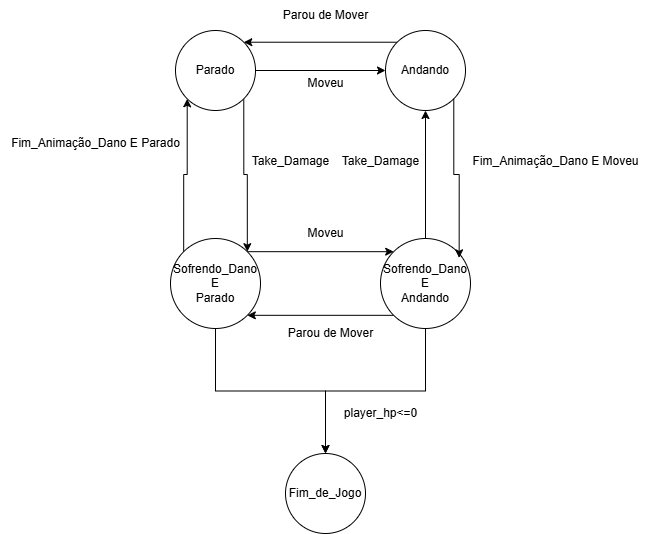
Projeto-de-Interfaces-Graficas/Pesadelo-no-Escritorio keeps this draw.io diagram as documents/FSM/Player.drawio.png. Above is the earlier version. Source tidied: cells renumbered, new cells last; positions are measured from the earlier drawing's top-left corner, leaving out a move shared by most shapes.
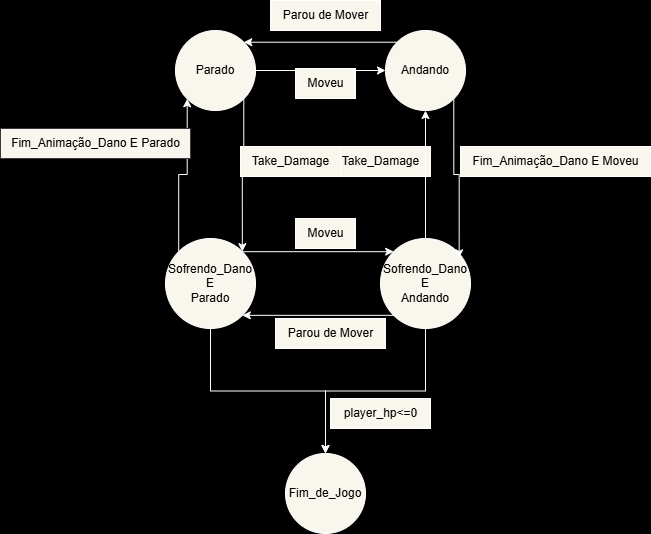
Above is the later version.

Diff of the diagram source:
```diff
@@ -1,77 +1,77 @@
-<mxGraphModel background="#FFFFFF">
+<mxGraphModel background="#000000">
   <root>
     <mxCell id="0" />
     <mxCell id="1" parent="0" />
-    <mxCell id="2" style="edgeStyle=orthogonalEdgeStyle;rounded=0;jettySize=auto;html=1;exitX=1;exitY=0.5;exitDx=0;exitDy=0;" parent="1" edge="1" source="4" target="6">
+    <mxCell id="2" style="edgeStyle=orthogonalEdgeStyle;rounded=0;jettySize=auto;html=1;exitX=1;exitY=0.5;exitDx=0;exitDy=0;labelBackgroundColor=none;fontColor=#F9F9F9;fillColor=#f9f7ed;strokeColor=#FFFFFF;" parent="1" edge="1" source="4" target="6">
       <mxGeometry relative="1" as="geometry" />
     </mxCell>
-    <mxCell id="3" style="edgeStyle=orthogonalEdgeStyle;rounded=0;jettySize=auto;html=1;exitX=1;exitY=1;exitDx=0;exitDy=0;entryX=1;entryY=0;entryDx=0;entryDy=0;" parent="1" edge="1" source="4" target="10">
+    <mxCell id="3" style="edgeStyle=orthogonalEdgeStyle;rounded=0;jettySize=auto;html=1;exitX=1;exitY=1;exitDx=0;exitDy=0;entryX=1;entryY=0;entryDx=0;entryDy=0;labelBackgroundColor=none;fontColor=#F9F9F9;fillColor=#f9f7ed;strokeColor=#FFFFFF;" parent="1" edge="1" source="4" target="10">
       <mxGeometry relative="1" as="geometry" />
     </mxCell>
-    <mxCell id="4" value="Parado" style="ellipse;whiteSpace=wrap;html=1;" parent="1" vertex="1">
+    <mxCell id="4" value="Parado" style="ellipse;whiteSpace=wrap;html=1;labelBackgroundColor=none;fillColor=#f9f7ed;strokeColor=#FFFFFF;" parent="1" vertex="1">
       <mxGeometry x="175" y="30" width="80" height="80" as="geometry" />
     </mxCell>
-    <mxCell id="5" style="edgeStyle=orthogonalEdgeStyle;rounded=0;jettySize=auto;html=1;exitX=0;exitY=0;exitDx=0;exitDy=0;entryX=1;entryY=0;entryDx=0;entryDy=0;" parent="1" edge="1" source="6" target="4">
+    <mxCell id="5" style="edgeStyle=orthogonalEdgeStyle;rounded=0;jettySize=auto;html=1;exitX=0;exitY=0;exitDx=0;exitDy=0;entryX=1;entryY=0;entryDx=0;entryDy=0;labelBackgroundColor=none;fontColor=#F9F9F9;fillColor=#f9f7ed;strokeColor=#FFFFFF;" parent="1" edge="1" source="6" target="4">
       <mxGeometry relative="1" as="geometry" />
     </mxCell>
-    <mxCell id="6" value="Andando" style="ellipse;whiteSpace=wrap;html=1;" parent="1" vertex="1">
+    <mxCell id="6" value="Andando" style="ellipse;whiteSpace=wrap;html=1;labelBackgroundColor=none;fillColor=#f9f7ed;strokeColor=#FFFFFF;" parent="1" vertex="1">
       <mxGeometry x="385" y="30" width="80" height="80" as="geometry" />
     </mxCell>
-    <mxCell id="7" style="edgeStyle=orthogonalEdgeStyle;rounded=0;jettySize=auto;html=1;exitX=1;exitY=0;exitDx=0;exitDy=0;entryX=0;entryY=0;entryDx=0;entryDy=0;" parent="1" edge="1" source="10" target="21">
+    <mxCell id="7" style="edgeStyle=orthogonalEdgeStyle;rounded=0;jettySize=auto;html=1;exitX=1;exitY=0;exitDx=0;exitDy=0;entryX=0;entryY=0;entryDx=0;entryDy=0;labelBackgroundColor=none;fontColor=#F9F9F9;fillColor=#f9f7ed;strokeColor=#FFFFFF;" parent="1" edge="1" source="10" target="21">
       <mxGeometry relative="1" as="geometry" />
     </mxCell>
-    <mxCell id="8" style="edgeStyle=orthogonalEdgeStyle;rounded=0;jettySize=auto;html=1;exitX=0;exitY=0;exitDx=0;exitDy=0;entryX=0;entryY=1;entryDx=0;entryDy=0;" parent="1" edge="1" source="10" target="4">
+    <mxCell id="8" style="edgeStyle=orthogonalEdgeStyle;rounded=0;jettySize=auto;html=1;exitX=0;exitY=0;exitDx=0;exitDy=0;entryX=0;entryY=1;entryDx=0;entryDy=0;labelBackgroundColor=none;fontColor=#F9F9F9;fillColor=#f9f7ed;strokeColor=#FFFFFF;" parent="1" edge="1" source="10" target="4">
       <mxGeometry relative="1" as="geometry" />
     </mxCell>
-    <mxCell id="9" style="edgeStyle=orthogonalEdgeStyle;rounded=0;jettySize=auto;html=1;exitX=0.5;exitY=1;exitDx=0;exitDy=0;" parent="1" edge="1" source="10" target="11">
+    <mxCell id="9" style="edgeStyle=orthogonalEdgeStyle;rounded=0;jettySize=auto;html=1;exitX=0.5;exitY=1;exitDx=0;exitDy=0;labelBackgroundColor=none;fontColor=#F9F9F9;fillColor=#f9f7ed;strokeColor=#FFFFFF;" parent="1" edge="1" source="10" target="11">
       <mxGeometry relative="1" as="geometry" />
     </mxCell>
-    <mxCell id="10" value="Sofrendo_Dano E&lt;br&gt;Parado" style="ellipse;whiteSpace=wrap;html=1;" parent="1" vertex="1">
-      <mxGeometry x="170" y="238" width="90" height="90" as="geometry" />
+    <mxCell id="10" value="Sofrendo_Dano E&lt;br&gt;Parado" style="ellipse;whiteSpace=wrap;html=1;labelBackgroundColor=none;fillColor=#f9f7ed;strokeColor=#FFFFFF;" parent="1" vertex="1">
+      <mxGeometry x="165" y="238" width="90" height="90" as="geometry" />
     </mxCell>
-    <mxCell id="11" value="Fim_de_Jogo" style="ellipse;whiteSpace=wrap;html=1;direction=south;" parent="1" vertex="1">
+    <mxCell id="11" value="Fim_de_Jogo" style="ellipse;whiteSpace=wrap;html=1;direction=south;labelBackgroundColor=none;fillColor=#f9f7ed;strokeColor=#FFFFFF;" parent="1" vertex="1">
       <mxGeometry x="285" y="453" width="80" height="80" as="geometry" />
     </mxCell>
-    <mxCell id="12" value="Moveu" style="text;html=1;align=center;verticalAlign=middle;strokeColor=none;fillColor=none;" parent="1" vertex="1">
+    <mxCell id="12" value="Moveu" style="text;html=1;align=center;verticalAlign=middle;labelBackgroundColor=none;fillColor=#f9f7ed;strokeColor=#FFFFFF;" parent="1" vertex="1">
       <mxGeometry x="295" y="218" width="60" height="30" as="geometry" />
     </mxCell>
-    <mxCell id="13" value="Parou de Mover" style="text;html=1;align=center;verticalAlign=middle;strokeColor=none;fillColor=none;" parent="1" vertex="1">
+    <mxCell id="13" value="Parou de Mover" style="text;html=1;align=center;verticalAlign=middle;labelBackgroundColor=none;fillColor=#f9f7ed;strokeColor=#FFFFFF;" parent="1" vertex="1">
       <mxGeometry x="275" y="318" width="110" height="30" as="geometry" />
     </mxCell>
-    <mxCell id="14" value="player_hp&amp;lt;=0" style="text;html=1;align=center;verticalAlign=middle;strokeColor=none;fillColor=none;" parent="1" vertex="1">
+    <mxCell id="14" value="player_hp&amp;lt;=0" style="text;html=1;align=center;verticalAlign=middle;labelBackgroundColor=none;fillColor=#f9f7ed;strokeColor=#FFFFFF;" parent="1" vertex="1">
       <mxGeometry x="330" y="398" width="100" height="30" as="geometry" />
     </mxCell>
-    <mxCell id="15" value="Fim_Animação_Dano E Parado" style="text;html=1;align=center;verticalAlign=middle;strokeColor=none;fillColor=none;" parent="1" vertex="1">
+    <mxCell id="15" value="Fim_Animação_Dano E Parado" style="text;html=1;align=center;verticalAlign=middle;labelBackgroundColor=none;fillColor=#f9f7ed;strokeColor=#36393d;" parent="1" vertex="1">
       <mxGeometry y="128" width="190" height="30" as="geometry" />
     </mxCell>
-    <mxCell id="16" value="Fim_Animação_Dano E Moveu" style="text;html=1;align=center;verticalAlign=middle;strokeColor=none;fillColor=none;" parent="1" vertex="1">
+    <mxCell id="16" value="Fim_Animação_Dano E Moveu" style="text;html=1;align=center;verticalAlign=middle;labelBackgroundColor=none;fillColor=#f9f7ed;strokeColor=#FFFFFF;" parent="1" vertex="1">
       <mxGeometry x="460" y="146" width="190" height="30" as="geometry" />
     </mxCell>
-    <mxCell id="17" value="Take_Damage" style="text;html=1;align=center;verticalAlign=middle;strokeColor=none;fillColor=none;" parent="1" vertex="1">
+    <mxCell id="17" value="Take_Damage" style="text;html=1;align=center;verticalAlign=middle;labelBackgroundColor=none;fillColor=#f9f7ed;strokeColor=#FFFFFF;" parent="1" vertex="1">
       <mxGeometry x="330" y="146" width="100" height="30" as="geometry" />
     </mxCell>
-    <mxCell id="18" style="edgeStyle=orthogonalEdgeStyle;rounded=0;jettySize=auto;html=1;exitX=0.5;exitY=0;exitDx=0;exitDy=0;entryX=0.5;entryY=1;entryDx=0;entryDy=0;" parent="1" edge="1" source="21" target="6">
+    <mxCell id="18" style="edgeStyle=orthogonalEdgeStyle;rounded=0;jettySize=auto;html=1;exitX=0.5;exitY=0;exitDx=0;exitDy=0;entryX=0.5;entryY=1;entryDx=0;entryDy=0;labelBackgroundColor=none;fontColor=#F9F9F9;fillColor=#f9f7ed;strokeColor=#FFFFFF;" parent="1" edge="1" source="21" target="6">
       <mxGeometry relative="1" as="geometry" />
     </mxCell>
-    <mxCell id="19" style="edgeStyle=orthogonalEdgeStyle;rounded=0;jettySize=auto;html=1;exitX=0;exitY=1;exitDx=0;exitDy=0;entryX=1;entryY=1;entryDx=0;entryDy=0;" parent="1" edge="1" source="21" target="10">
+    <mxCell id="19" style="edgeStyle=orthogonalEdgeStyle;rounded=0;jettySize=auto;html=1;exitX=0;exitY=1;exitDx=0;exitDy=0;entryX=1;entryY=1;entryDx=0;entryDy=0;labelBackgroundColor=none;fontColor=#F9F9F9;fillColor=#f9f7ed;strokeColor=#FFFFFF;" parent="1" edge="1" source="21" target="10">
       <mxGeometry relative="1" as="geometry" />
     </mxCell>
-    <mxCell id="20" style="edgeStyle=orthogonalEdgeStyle;rounded=0;jettySize=auto;html=1;exitX=0.5;exitY=1;exitDx=0;exitDy=0;entryX=0;entryY=0.5;entryDx=0;entryDy=0;" parent="1" edge="1" source="21" target="11">
+    <mxCell id="20" style="edgeStyle=orthogonalEdgeStyle;rounded=0;jettySize=auto;html=1;exitX=0.5;exitY=1;exitDx=0;exitDy=0;entryX=0;entryY=0.5;entryDx=0;entryDy=0;labelBackgroundColor=none;fontColor=#F9F9F9;fillColor=#f9f7ed;strokeColor=#FFFFFF;" parent="1" edge="1" source="21" target="11">
       <mxGeometry relative="1" as="geometry" />
     </mxCell>
-    <mxCell id="21" value="Sofrendo_Dano E&lt;br&gt;Andando" style="ellipse;whiteSpace=wrap;html=1;" parent="1" vertex="1">
+    <mxCell id="21" value="Sofrendo_Dano E&lt;br&gt;Andando" style="ellipse;whiteSpace=wrap;html=1;labelBackgroundColor=none;fillColor=#f9f7ed;strokeColor=#FFFFFF;" parent="1" vertex="1">
       <mxGeometry x="380" y="238" width="90" height="90" as="geometry" />
     </mxCell>
-    <mxCell id="22" style="edgeStyle=orthogonalEdgeStyle;rounded=0;jettySize=auto;html=1;exitX=1;exitY=1;exitDx=0;exitDy=0;entryX=0.874;entryY=0.215;entryDx=0;entryDy=0;entryPerimeter=0;" parent="1" edge="1" source="6" target="21">
+    <mxCell id="22" style="edgeStyle=orthogonalEdgeStyle;rounded=0;jettySize=auto;html=1;exitX=1;exitY=1;exitDx=0;exitDy=0;entryX=0.874;entryY=0.215;entryDx=0;entryDy=0;entryPerimeter=0;labelBackgroundColor=none;fontColor=#F9F9F9;fillColor=#f9f7ed;strokeColor=#FFFFFF;" parent="1" edge="1" source="6" target="21">
       <mxGeometry relative="1" as="geometry" />
     </mxCell>
-    <mxCell id="23" value="Moveu" style="text;html=1;align=center;verticalAlign=middle;strokeColor=none;fillColor=none;" parent="1" vertex="1">
+    <mxCell id="23" value="Moveu" style="text;html=1;align=center;verticalAlign=middle;labelBackgroundColor=none;fillColor=#f9f7ed;strokeColor=#FFFFFF;" parent="1" vertex="1">
       <mxGeometry x="295" y="68" width="60" height="30" as="geometry" />
     </mxCell>
-    <mxCell id="24" value="Parou de Mover" style="text;html=1;align=center;verticalAlign=middle;strokeColor=none;fillColor=none;" parent="1" vertex="1">
+    <mxCell id="24" value="Parou de Mover" style="text;html=1;align=center;verticalAlign=middle;labelBackgroundColor=none;fillColor=#f9f7ed;strokeColor=#FFFFFF;" parent="1" vertex="1">
       <mxGeometry x="270" width="110" height="30" as="geometry" />
     </mxCell>
-    <mxCell id="25" value="Take_Damage" style="text;html=1;align=center;verticalAlign=middle;strokeColor=none;fillColor=none;" parent="1" vertex="1">
+    <mxCell id="25" value="Take_Damage" style="text;html=1;align=center;verticalAlign=middle;labelBackgroundColor=none;fillColor=#f9f7ed;strokeColor=#FFFFFF;" parent="1" vertex="1">
       <mxGeometry x="240" y="146" width="100" height="30" as="geometry" />
     </mxCell>
   </root>
```
